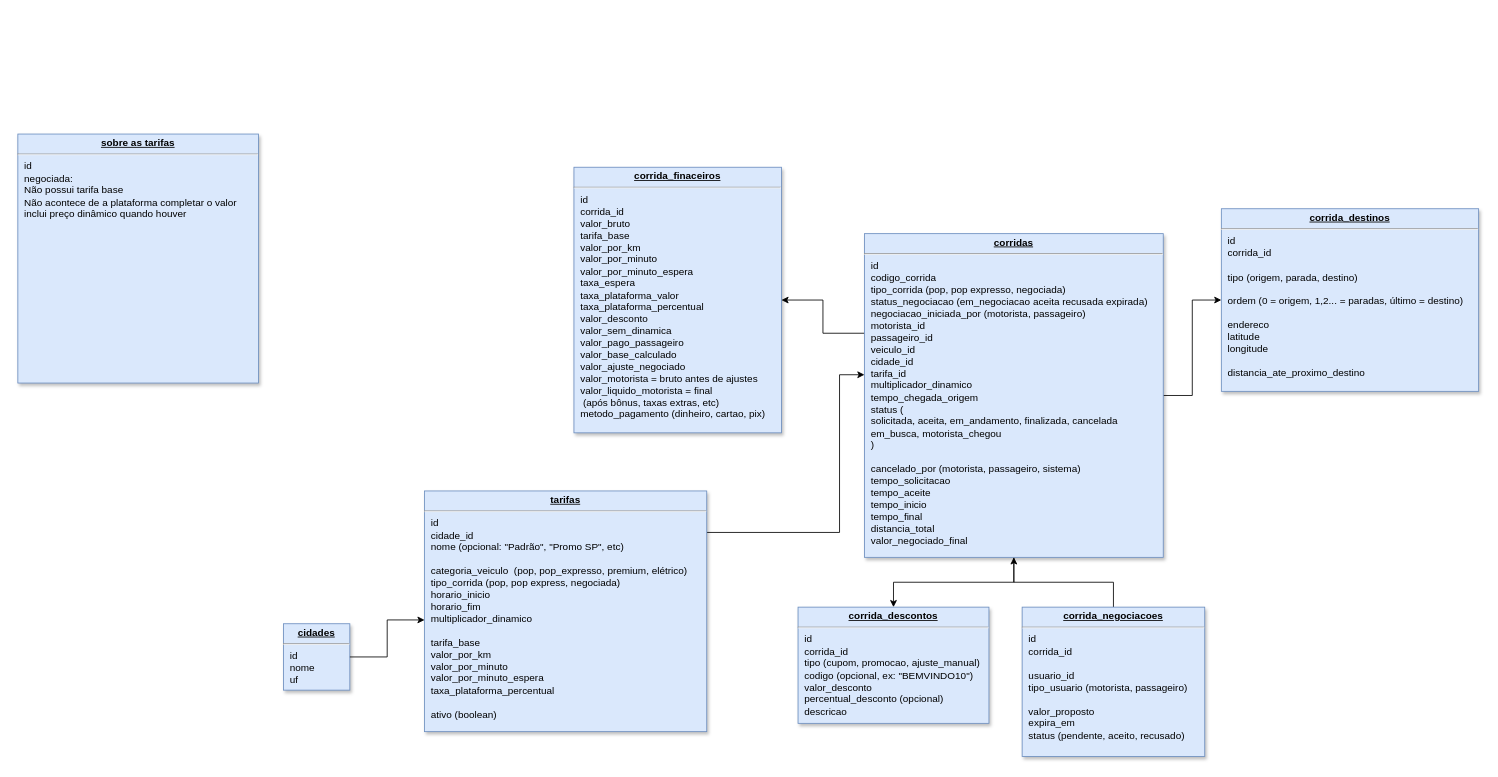
This is page "corridas" (2 of 2) of Diagrama sem nome.drawio from PnA-Publicidade/aplicativo-mobilidade-urbana-backend, a draw.io file, before an edit. Source tidied: cells renumbered, new cells numbered last; positions are measured from the earlier drawing's top-left corner, leaving out a move shared by most shapes. Both pictures are drawn from the tidied source at 83%, with x=0, y=0 at pixel (17, 134).
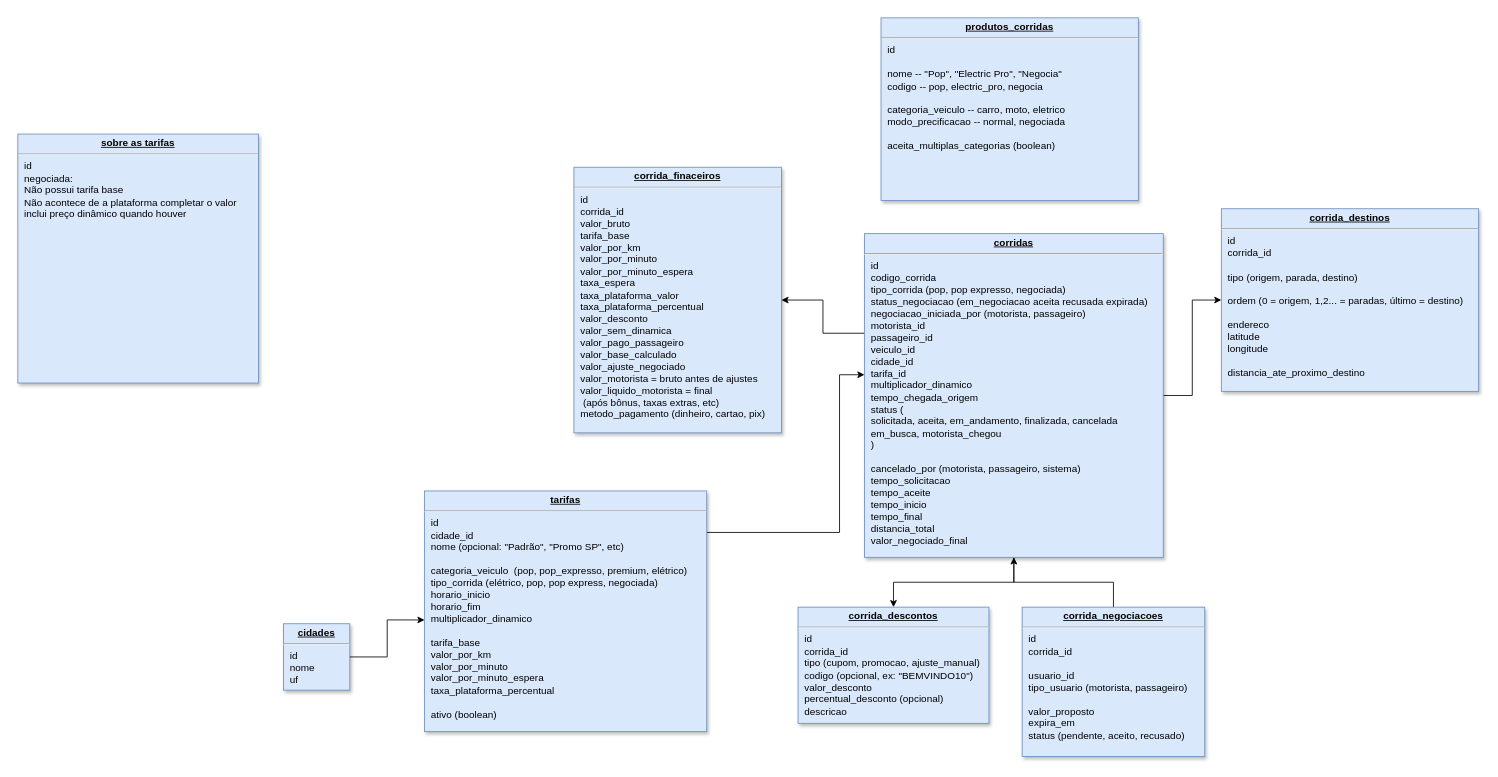
The same page after the edit.

Change to the diagram source:
```diff
@@
-    <mxCell id="10" value="&lt;p style=&quot;margin: 0px ; margin-top: 4px ; text-align: center ; text-decoration: underline&quot;&gt;&lt;b&gt;tarifas&lt;/b&gt;&lt;/p&gt;&lt;hr&gt;&lt;p style=&quot;margin: 0px ; margin-left: 8px&quot;&gt;id&lt;/p&gt;&lt;p style=&quot;margin: 0px ; margin-left: 8px&quot;&gt;cidade_id&lt;/p&gt;&lt;p style=&quot;margin: 0px ; margin-left: 8px&quot;&gt;nome (opcional: &quot;Padrão&quot;, &quot;Promo SP&quot;, etc)&lt;/p&gt;&lt;p style=&quot;margin: 0px ; margin-left: 8px&quot;&gt;&lt;br&gt;&lt;/p&gt;&lt;p style=&quot;margin: 0px ; margin-left: 8px&quot;&gt;categoria_veiculo&amp;nbsp;&lt;span style=&quot;background-color: transparent; color: light-dark(rgb(0, 0, 0), rgb(255, 255, 255));&quot;&gt;&amp;nbsp;&lt;/span&gt;&lt;span style=&quot;background-color: transparent; color: light-dark(rgb(0, 0, 0), rgb(255, 255, 255));&quot;&gt;(pop, pop_expresso, premium, elétrico)&lt;/span&gt;&lt;/p&gt;&lt;p style=&quot;margin: 0px ; margin-left: 8px&quot;&gt;tipo_corrida (pop, pop express, negociada)&lt;/p&gt;&lt;p style=&quot;margin: 0px ; margin-left: 8px&quot;&gt;horario_inicio&lt;/p&gt;&lt;p style=&quot;margin: 0px ; margin-left: 8px&quot;&gt;horario_fim&lt;/p&gt;&lt;p style=&quot;margin: 0px ; margin-left: 8px&quot;&gt;multiplicador_dinamico&lt;/p&gt;&lt;p style=&quot;margin: 0px ; margin-left: 8px&quot;&gt;&lt;br&gt;&lt;/p&gt;&lt;p style=&quot;margin: 0px ; margin-left: 8px&quot;&gt;tarifa_base&lt;/p&gt;&lt;p style=&quot;margin: 0px ; margin-left: 8px&quot;&gt;valor_por_km&lt;/p&gt;&lt;p style=&quot;margin: 0px ; margin-left: 8px&quot;&gt;valor_por_minuto&lt;/p&gt;&lt;p style=&quot;margin: 0px ; margin-left: 8px&quot;&gt;valor_por_minuto_espera&lt;/p&gt;&lt;p style=&quot;margin: 0px ; margin-left: 8px&quot;&gt;taxa_plataforma_percentual&lt;/p&gt;&lt;p style=&quot;margin: 0px ; margin-left: 8px&quot;&gt;&lt;br&gt;&lt;/p&gt;&lt;p style=&quot;margin: 0px ; margin-left: 8px&quot;&gt;ativo (boolean)&lt;/p&gt;&lt;div&gt;&lt;br&gt;&lt;/div&gt;" style="verticalAlign=top;align=left;overflow=fill;fontSize=12;fontFamily=Helvetica;html=1;strokeColor=#6c8ebf;shadow=1;fillColor=#dae8fc;" parent="1" vertex="1">
+    <mxCell id="10" value="&lt;p style=&quot;margin: 0px ; margin-top: 4px ; text-align: center ; text-decoration: underline&quot;&gt;&lt;b&gt;tarifas&lt;/b&gt;&lt;/p&gt;&lt;hr&gt;&lt;p style=&quot;margin: 0px ; margin-left: 8px&quot;&gt;id&lt;/p&gt;&lt;p style=&quot;margin: 0px ; margin-left: 8px&quot;&gt;cidade_id&lt;/p&gt;&lt;p style=&quot;margin: 0px ; margin-left: 8px&quot;&gt;nome (opcional: &quot;Padrão&quot;, &quot;Promo SP&quot;, etc)&lt;/p&gt;&lt;p style=&quot;margin: 0px ; margin-left: 8px&quot;&gt;&lt;br&gt;&lt;/p&gt;&lt;p style=&quot;margin: 0px ; margin-left: 8px&quot;&gt;categoria_veiculo&amp;nbsp;&lt;span style=&quot;background-color: transparent; color: light-dark(rgb(0, 0, 0), rgb(255, 255, 255));&quot;&gt;&amp;nbsp;&lt;/span&gt;&lt;span style=&quot;background-color: transparent; color: light-dark(rgb(0, 0, 0), rgb(255, 255, 255));&quot;&gt;(pop, pop_expresso, premium, elétrico)&lt;/span&gt;&lt;/p&gt;&lt;p style=&quot;margin: 0px ; margin-left: 8px&quot;&gt;tipo_corrida (elétrico, pop, pop express, negociada)&lt;/p&gt;&lt;p style=&quot;margin: 0px ; margin-left: 8px&quot;&gt;horario_inicio&lt;/p&gt;&lt;p style=&quot;margin: 0px ; margin-left: 8px&quot;&gt;horario_fim&lt;/p&gt;&lt;p style=&quot;margin: 0px ; margin-left: 8px&quot;&gt;multiplicador_dinamico&lt;/p&gt;&lt;p style=&quot;margin: 0px ; margin-left: 8px&quot;&gt;&lt;br&gt;&lt;/p&gt;&lt;p style=&quot;margin: 0px ; margin-left: 8px&quot;&gt;tarifa_base&lt;/p&gt;&lt;p style=&quot;margin: 0px ; margin-left: 8px&quot;&gt;valor_por_km&lt;/p&gt;&lt;p style=&quot;margin: 0px ; margin-left: 8px&quot;&gt;valor_por_minuto&lt;/p&gt;&lt;p style=&quot;margin: 0px ; margin-left: 8px&quot;&gt;valor_por_minuto_espera&lt;/p&gt;&lt;p style=&quot;margin: 0px ; margin-left: 8px&quot;&gt;taxa_plataforma_percentual&lt;/p&gt;&lt;p style=&quot;margin: 0px ; margin-left: 8px&quot;&gt;&lt;br&gt;&lt;/p&gt;&lt;p style=&quot;margin: 0px ; margin-left: 8px&quot;&gt;ativo (boolean)&lt;/p&gt;&lt;div&gt;&lt;br&gt;&lt;/div&gt;" style="verticalAlign=top;align=left;overflow=fill;fontSize=12;fontFamily=Helvetica;html=1;strokeColor=#6c8ebf;shadow=1;fillColor=#dae8fc;" parent="1" vertex="1">
       <mxGeometry x="490" y="430" width="340" height="290" as="geometry" />
     </mxCell>
@@
+    <mxCell id="16" value="&lt;p style=&quot;margin: 0px ; margin-top: 4px ; text-align: center ; text-decoration: underline&quot;&gt;&lt;b&gt;produtos_corridas&lt;/b&gt;&lt;/p&gt;&lt;hr&gt;&lt;p style=&quot;margin: 0px ; margin-left: 8px&quot;&gt;id&lt;/p&gt;&lt;p style=&quot;margin: 0px ; margin-left: 8px&quot;&gt;&lt;br&gt;nome                &lt;span class=&quot;ͼt&quot;&gt;-- &quot;Pop&quot;, &quot;Electric Pro&quot;, &quot;Negocia&quot;&lt;/span&gt;&lt;br&gt;codigo              &lt;span class=&quot;ͼt&quot;&gt;-- pop, electric_pro, negocia&lt;/span&gt;&lt;br&gt;&lt;br&gt;categoria_veiculo   &lt;span class=&quot;ͼt&quot;&gt;-- carro, moto, eletrico&lt;/span&gt;&lt;br&gt;modo_precificacao   &lt;span class=&quot;ͼt&quot;&gt;-- normal, negociada&lt;/span&gt;&lt;br&gt;&lt;br&gt;aceita_multiplas_categorias (&lt;span class=&quot;ͼ11&quot;&gt;boolean&lt;/span&gt;)&lt;/p&gt;" style="verticalAlign=top;align=left;overflow=fill;fontSize=12;fontFamily=Helvetica;html=1;strokeColor=#6c8ebf;shadow=1;fillColor=#dae8fc;" parent="1" vertex="1">
+      <mxGeometry x="1040" y="-140" width="310" height="220" as="geometry" />
+    </mxCell>
```
